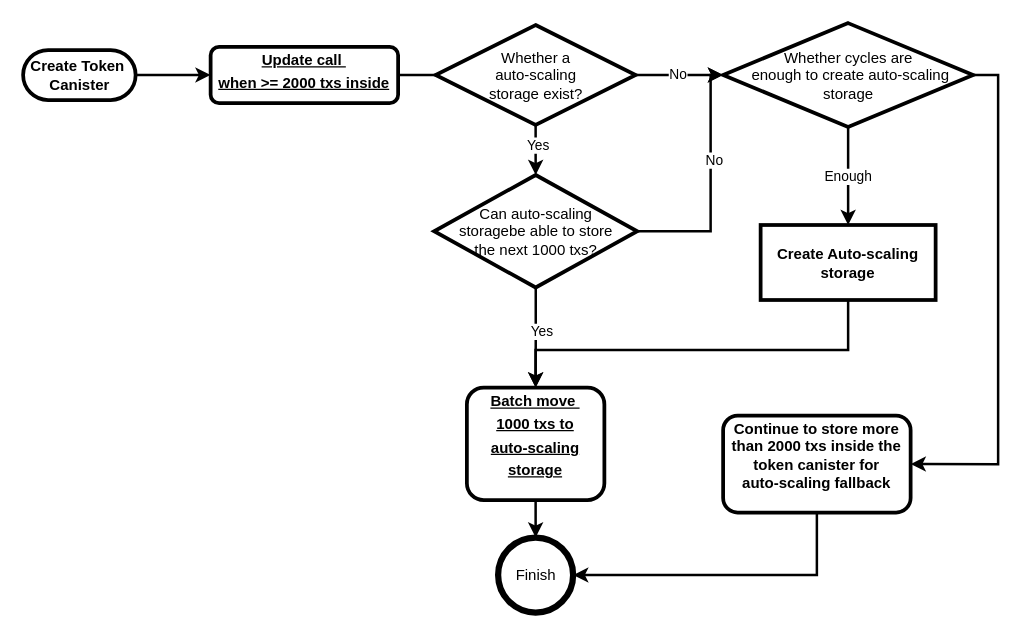
The draw.io diagram draw/AutoScalingStorage.drawio in Deland-Labs/DFT-Standard-Tutorial, before the edit. Source tidied: cells renumbered, new cells numbered last; positions are measured from the earlier drawing's top-left corner, leaving out a move shared by most shapes. Both pictures are drawn from the tidied source at 125%, with x=0, y=0 at pixel (22, 22).
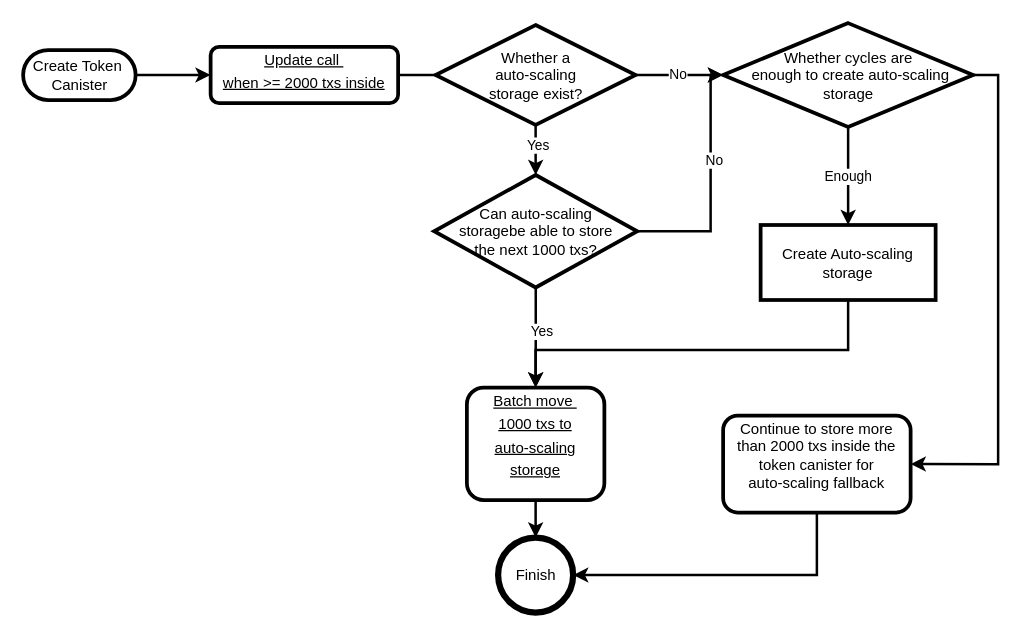
Above is the later version.

Diff of the diagram source:
```diff
@@
-    <mxCell id="2" value="&lt;p style=&quot;margin: 0px ; margin-top: 4px ; text-align: center ; text-decoration: underline&quot;&gt;Update call&amp;nbsp;&lt;/p&gt;&lt;p style=&quot;margin: 0px ; margin-top: 4px ; text-align: center ; text-decoration: underline&quot;&gt;when &amp;gt;= 2000 txs inside&lt;br&gt;&lt;br&gt;&lt;/p&gt;" style="verticalAlign=middle;align=center;overflow=fill;fontSize=12;fontFamily=Helvetica;html=1;rounded=1;fontStyle=1;strokeWidth=3;fillColor=none;" parent="1" vertex="1">
+    <mxCell id="2" value="&lt;p style=&quot;margin: 0px ; margin-top: 4px ; text-align: center ; text-decoration: underline&quot;&gt;Update call&amp;nbsp;&lt;/p&gt;&lt;p style=&quot;margin: 0px ; margin-top: 4px ; text-align: center ; text-decoration: underline&quot;&gt;when &amp;gt;= 2000 txs inside&lt;br&gt;&lt;br&gt;&lt;/p&gt;" style="verticalAlign=middle;align=center;overflow=fill;fontSize=12;fontFamily=Helvetica;html=1;rounded=1;fontStyle=0;strokeWidth=3;fillColor=none;" parent="1" vertex="1">
       <mxGeometry x="150" y="19" width="150" height="45" as="geometry" />
     </mxCell>
@@
-    <mxCell id="4" value="&lt;p style=&quot;margin: 0px ; margin-top: 4px ; text-align: center ; text-decoration: underline&quot;&gt;Batch move&amp;nbsp;&lt;/p&gt;&lt;p style=&quot;margin: 0px ; margin-top: 4px ; text-align: center ; text-decoration: underline&quot;&gt;1000 txs to&lt;/p&gt;&lt;p style=&quot;margin: 0px ; margin-top: 4px ; text-align: center ; text-decoration: underline&quot;&gt;auto-scaling&lt;/p&gt;&lt;p style=&quot;margin: 0px ; margin-top: 4px ; text-align: center ; text-decoration: underline&quot;&gt;storage&lt;/p&gt;" style="verticalAlign=middle;align=center;overflow=fill;fontSize=12;fontFamily=Helvetica;html=1;rounded=1;fontStyle=1;strokeWidth=3;fillColor=none;" parent="1" vertex="1">
+    <mxCell id="4" value="&lt;p style=&quot;margin: 0px ; margin-top: 4px ; text-align: center ; text-decoration: underline&quot;&gt;Batch move&amp;nbsp;&lt;/p&gt;&lt;p style=&quot;margin: 0px ; margin-top: 4px ; text-align: center ; text-decoration: underline&quot;&gt;1000 txs to&lt;/p&gt;&lt;p style=&quot;margin: 0px ; margin-top: 4px ; text-align: center ; text-decoration: underline&quot;&gt;auto-scaling&lt;/p&gt;&lt;p style=&quot;margin: 0px ; margin-top: 4px ; text-align: center ; text-decoration: underline&quot;&gt;storage&lt;/p&gt;" style="verticalAlign=middle;align=center;overflow=fill;fontSize=12;fontFamily=Helvetica;html=1;rounded=1;fontStyle=0;strokeWidth=3;fillColor=none;" parent="1" vertex="1">
       <mxGeometry x="355" y="291.5" width="110" height="90" as="geometry" />
     </mxCell>
@@
-    <mxCell id="6" value="Create Auto-scaling storage" style="whiteSpace=wrap;align=center;verticalAlign=middle;fontStyle=1;strokeWidth=3;fillColor=none;" parent="1" vertex="1">
+    <mxCell id="6" value="Create Auto-scaling storage" style="whiteSpace=wrap;align=center;verticalAlign=middle;fontStyle=0;strokeWidth=3;fillColor=none;" parent="1" vertex="1">
       <mxGeometry x="590" y="161.5" width="140" height="60" as="geometry" />
     </mxCell>
@@
-    <mxCell id="23" value="&lt;span style=&quot;font-weight: 700&quot;&gt;Create Token&amp;nbsp;&lt;/span&gt;&lt;br style=&quot;padding: 0px ; margin: 0px ; font-weight: 700&quot;&gt;&lt;span style=&quot;font-weight: 700&quot;&gt;Canister&lt;/span&gt;" style="html=1;dashed=0;whitespace=wrap;shape=mxgraph.dfd.start;strokeWidth=3;" parent="1" vertex="1">
+    <mxCell id="23" value="&lt;span style=&quot;&quot;&gt;Create Token&amp;nbsp;&lt;/span&gt;&lt;br style=&quot;padding: 0px; margin: 0px;&quot;&gt;&lt;span style=&quot;&quot;&gt;Canister&lt;/span&gt;" style="html=1;dashed=0;whitespace=wrap;shape=mxgraph.dfd.start;strokeWidth=3;fontStyle=0;" parent="1" vertex="1">
       <mxGeometry y="21.5" width="90" height="40" as="geometry" />
     </mxCell>
-    <mxCell id="24" value="Finish" style="shape=ellipse;html=1;dashed=0;whitespace=wrap;strokeWidth=5;perimeter=ellipsePerimeter;" parent="1" vertex="1">
+    <mxCell id="24" value="Finish" style="shape=ellipse;html=1;dashed=0;whitespace=wrap;strokeWidth=5;perimeter=ellipsePerimeter;fontStyle=0;" parent="1" vertex="1">
       <mxGeometry x="380" y="411.5" width="60" height="60" as="geometry" />
     </mxCell>
@@
-    <mxCell id="26" value="&lt;p style=&quot;font-family: &amp;#34;helvetica&amp;#34; ; margin: 4px 0px 0px&quot;&gt;&lt;/p&gt;&lt;font face=&quot;helvetica&quot;&gt;Continue to store more &lt;br&gt;than 2000 txs inside the &lt;br&gt;token canister for &lt;br&gt;auto-scaling fallback&lt;/font&gt;" style="verticalAlign=middle;align=center;overflow=fill;fontSize=12;fontFamily=Helvetica;html=1;rounded=1;fontStyle=1;strokeWidth=3;fillColor=none;" parent="1" vertex="1">
+    <mxCell id="26" value="&lt;p style=&quot;font-family: &amp;quot;helvetica&amp;quot; ; margin: 4px 0px 0px&quot;&gt;&lt;/p&gt;&lt;font face=&quot;helvetica&quot;&gt;Continue to store more &lt;br&gt;than 2000 txs inside the &lt;br&gt;token canister for &lt;br&gt;auto-scaling fallback&lt;/font&gt;" style="verticalAlign=middle;align=center;overflow=fill;fontSize=12;fontFamily=Helvetica;html=1;rounded=1;fontStyle=0;strokeWidth=3;fillColor=none;" parent="1" vertex="1">
       <mxGeometry x="560" y="314" width="150" height="77.5" as="geometry" />
     </mxCell>
```
